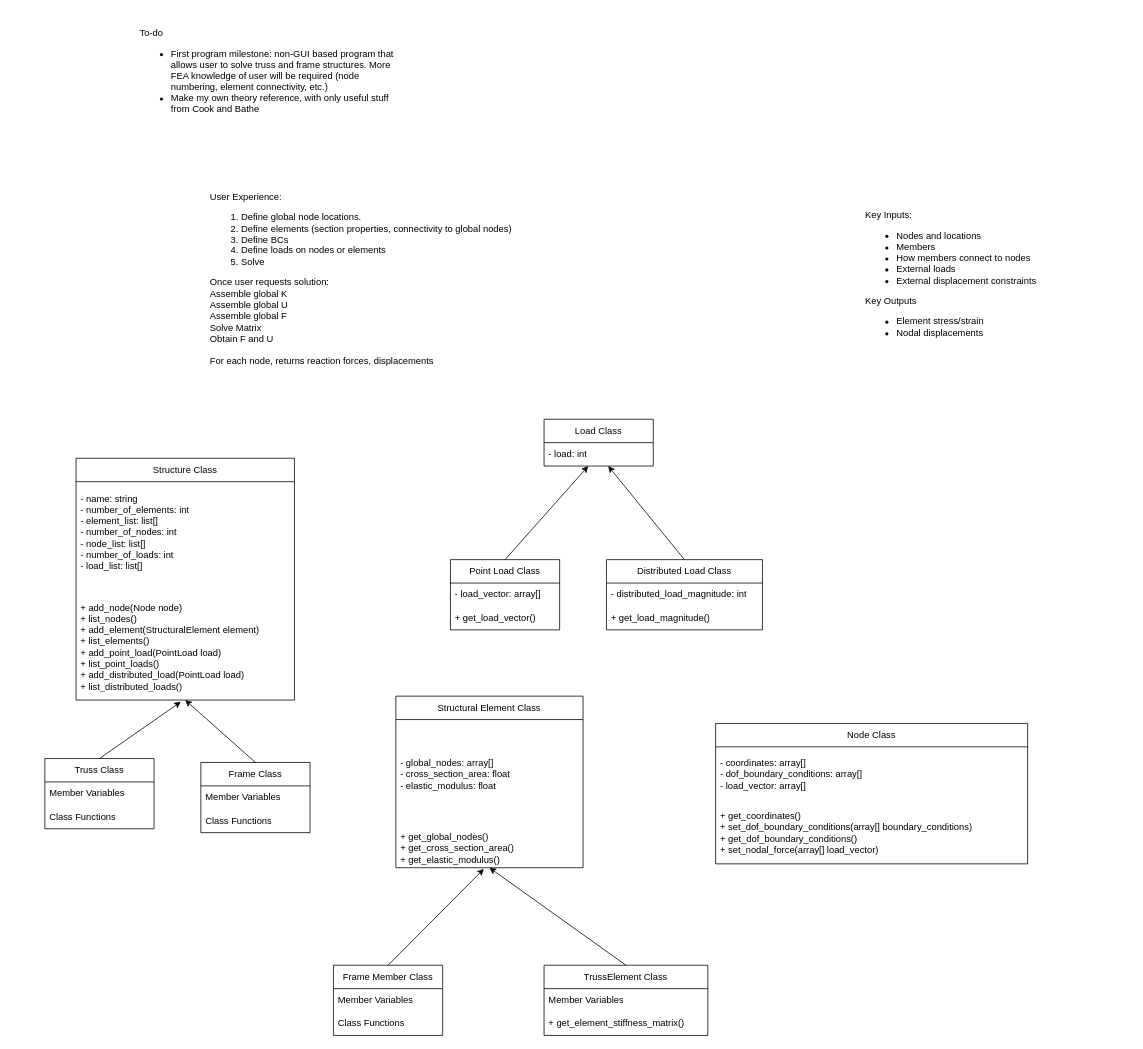
The draw.io diagram Program Structure.drawio in nickmenz/PySAP, before the edit. Source tidied: cells renumbered, new cells numbered last; positions are measured from the earlier drawing's top-left corner, leaving out a move shared by most shapes. Both pictures are drawn from the tidied source at 78%, with x=0, y=0 at pixel (44, 13).
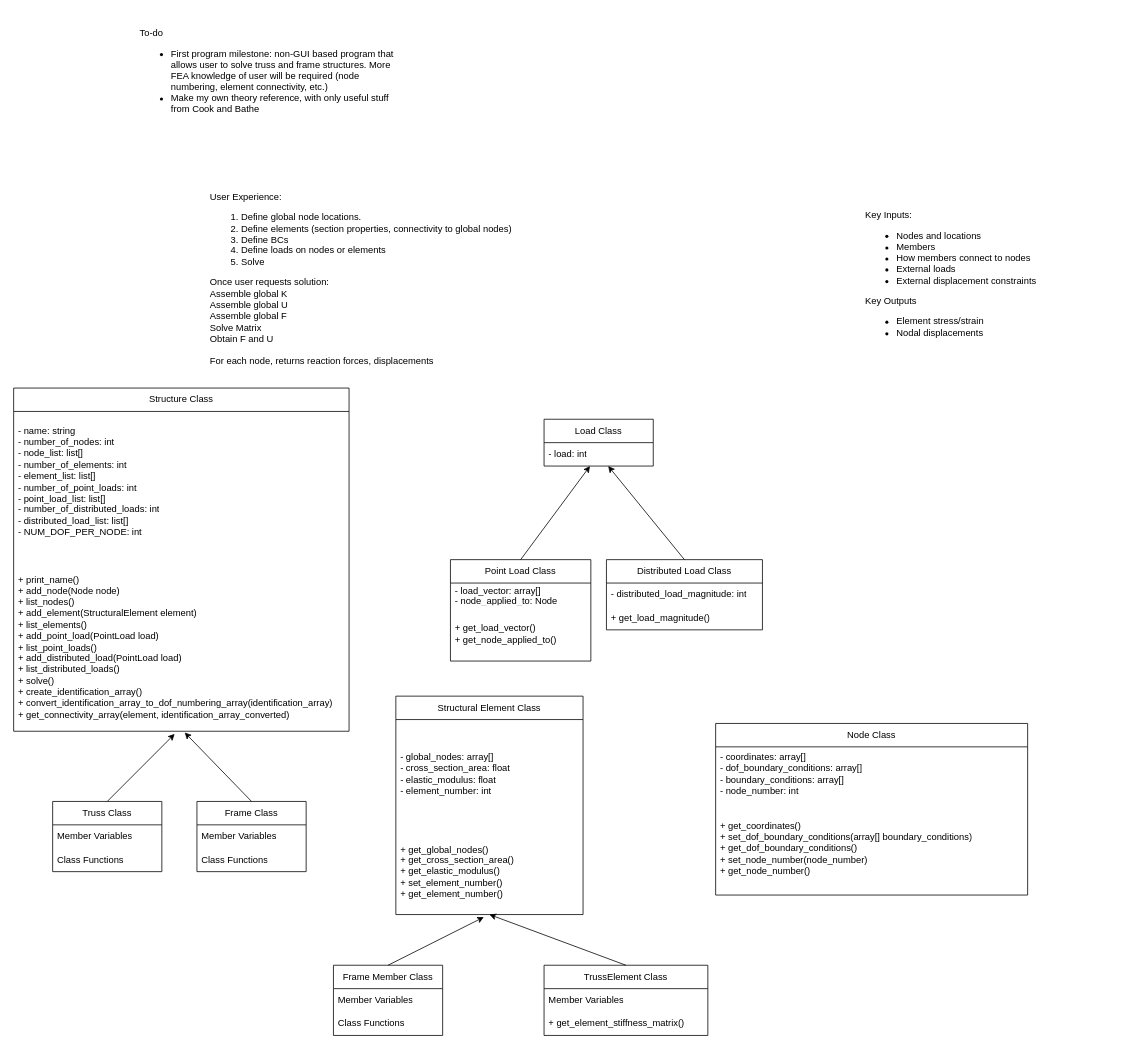
The same diagram, later.

What changed in the source:
```diff
@@
     <mxCell id="2" value="Structural Element Class" style="swimlane;fontStyle=0;horizontal=1;startSize=30;whiteSpace=wrap;html=1;" parent="1" vertex="1">
-      <mxGeometry x="450" y="875" width="240" height="220" as="geometry" />
+      <mxGeometry x="450" y="875" width="240" height="280" as="geometry" />
     </mxCell>
-    <mxCell id="3" value="&lt;span style=&quot;background-color: initial; text-align: justify;&quot;&gt;- global_nodes: array[]&lt;/span&gt;&lt;br&gt;&lt;span style=&quot;background-color: initial; text-align: justify;&quot;&gt;- cross_section_area: float&lt;/span&gt;&lt;br&gt;&lt;span style=&quot;background-color: initial; text-align: justify;&quot;&gt;- elastic_modulus: float&lt;/span&gt;" style="text;strokeColor=none;fillColor=none;align=left;verticalAlign=middle;spacingLeft=4;spacingRight=4;overflow=hidden;whiteSpace=wrap;html=1;" parent="2" vertex="1">
+    <mxCell id="3" value="&lt;span style=&quot;background-color: initial; text-align: justify;&quot;&gt;- global_nodes: array[]&lt;/span&gt;&lt;br&gt;&lt;span style=&quot;background-color: initial; text-align: justify;&quot;&gt;- cross_section_area: float&lt;/span&gt;&lt;br&gt;&lt;span style=&quot;background-color: initial; text-align: justify;&quot;&gt;- elastic_modulus: float&lt;br&gt;- element_number: int&lt;br&gt;&lt;/span&gt;" style="text;strokeColor=none;fillColor=none;align=left;verticalAlign=middle;spacingLeft=4;spacingRight=4;overflow=hidden;whiteSpace=wrap;html=1;" parent="2" vertex="1">
       <mxGeometry y="30" width="240" height="140" as="geometry" />
     </mxCell>
-    <mxCell id="4" value="&lt;span style=&quot;background-color: initial;&quot;&gt;+ get_global_nodes()&lt;br&gt;+ get_cross_section_area()&lt;br&gt;+ get_elastic_modulus()&lt;br&gt;&lt;/span&gt;" style="text;strokeColor=none;fillColor=none;align=left;verticalAlign=middle;spacingLeft=4;spacingRight=4;overflow=hidden;points=[[0,0.5],[1,0.5]];portConstraint=eastwest;whiteSpace=wrap;html=1;" parent="2" vertex="1">
-      <mxGeometry y="170" width="240" height="50" as="geometry" />
+    <mxCell id="4" value="&lt;span style=&quot;background-color: initial;&quot;&gt;+ get_global_nodes()&lt;br&gt;+ get_cross_section_area()&lt;br&gt;+ get_elastic_modulus()&lt;br&gt;+ set_element_number()&lt;br&gt;+ get_element_number()&lt;br&gt;&lt;/span&gt;" style="text;strokeColor=none;fillColor=none;align=left;verticalAlign=middle;spacingLeft=4;spacingRight=4;overflow=hidden;points=[[0,0.5],[1,0.5]];portConstraint=eastwest;whiteSpace=wrap;html=1;" parent="2" vertex="1">
+      <mxGeometry y="170" width="240" height="110" as="geometry" />
     </mxCell>
     <mxCell id="5" value="Node Class" style="swimlane;fontStyle=0;horizontal=1;startSize=30;whiteSpace=wrap;html=1;" parent="1" vertex="1">
-      <mxGeometry x="860" y="910" width="400" height="180" as="geometry" />
+      <mxGeometry x="860" y="910" width="400" height="220" as="geometry" />
     </mxCell>
-    <mxCell id="6" value="- coordinates: array[]&lt;br&gt;- dof_boundary_conditions: array[]&lt;br&gt;- load_vector: array[]" style="text;strokeColor=none;fillColor=none;align=left;verticalAlign=middle;spacingLeft=4;spacingRight=4;overflow=hidden;whiteSpace=wrap;html=1;" parent="5" vertex="1">
+    <mxCell id="6" value="- coordinates: array[]&lt;br&gt;- dof_boundary_conditions: array[]&lt;br&gt;- boundary_conditions: array[]&lt;br&gt;- node_number: int" style="text;strokeColor=none;fillColor=none;align=left;verticalAlign=middle;spacingLeft=4;spacingRight=4;overflow=hidden;whiteSpace=wrap;html=1;" parent="5" vertex="1">
       <mxGeometry y="30" width="400" height="70" as="geometry" />
     </mxCell>
-    <mxCell id="7" value="+ get_coordinates()&lt;br&gt;+ set_dof_boundary_conditions(array[] boundary_conditions)&lt;br&gt;+ get_dof_boundary_conditions()&lt;br&gt;+ set_nodal_force(array[] load_vector)" style="text;strokeColor=none;fillColor=none;align=left;verticalAlign=middle;spacingLeft=4;spacingRight=4;overflow=hidden;whiteSpace=wrap;html=1;" parent="5" vertex="1">
-      <mxGeometry y="100" width="400" height="80" as="geometry" />
+    <mxCell id="7" value="+ get_coordinates()&lt;br&gt;+ set_dof_boundary_conditions(array[] boundary_conditions)&lt;br&gt;+ get_dof_boundary_conditions()&lt;br&gt;+ set_node_number(node_number)&lt;br&gt;+ get_node_number()" style="text;strokeColor=none;fillColor=none;align=left;verticalAlign=middle;spacingLeft=4;spacingRight=4;overflow=hidden;whiteSpace=wrap;html=1;" parent="5" vertex="1">
+      <mxGeometry y="100" width="400" height="120" as="geometry" />
     </mxCell>
     <mxCell id="8" value="Structure Class" style="swimlane;fontStyle=0;horizontal=1;startSize=30;whiteSpace=wrap;html=1;" parent="1" vertex="1">
-      <mxGeometry x="40" y="570" width="280" height="310" as="geometry" />
+      <mxGeometry x="-40" y="480" width="430" height="440" as="geometry" />
     </mxCell>
-    <mxCell id="9" value="- name: string&lt;br&gt;- number_of_elements: int&lt;br&gt;- element_list: list[]&lt;br&gt;- number_of_nodes: int&lt;br&gt;- node_list: list[]&lt;br&gt;- number_of_loads: int&lt;br&gt;- load_list: list[]" style="text;strokeColor=none;fillColor=none;align=left;verticalAlign=middle;spacingLeft=4;spacingRight=4;overflow=hidden;whiteSpace=wrap;html=1;" parent="8" vertex="1">
-      <mxGeometry y="30" width="280" height="130" as="geometry" />
+    <mxCell id="9" value="- name: string&lt;br&gt;- number_of_nodes: int&lt;br style=&quot;border-color: var(--border-color);&quot;&gt;- node_list: list[]&lt;br&gt;- number_of_elements: int&lt;br&gt;- element_list: list[]&lt;br&gt;- number_of_point_loads: int&lt;br&gt;- point_load_list: list[]&lt;br&gt;-&amp;nbsp;number_of_distributed_loads: int&lt;br&gt;- distributed_load_list: list[]&lt;br&gt;- NUM_DOF_PER_NODE: int" style="text;strokeColor=none;fillColor=none;align=left;verticalAlign=middle;spacingLeft=4;spacingRight=4;overflow=hidden;whiteSpace=wrap;html=1;" parent="8" vertex="1">
+      <mxGeometry y="30" width="430" height="180" as="geometry" />
     </mxCell>
-    <mxCell id="10" value="&lt;br&gt;+ add_node(Node node)&lt;br&gt;+ list_nodes()&lt;br&gt;+ add_element(StructuralElement element)&lt;br&gt;+ list_elements()&lt;br&gt;+ add_point_load(PointLoad load)&lt;br&gt;+ list_point_loads()&lt;br&gt;+ add_distributed_load(PointLoad load)&lt;br&gt;+ list_distributed_loads()" style="text;strokeColor=none;fillColor=none;align=left;verticalAlign=middle;spacingLeft=4;spacingRight=4;overflow=hidden;points=[[0,0.5],[1,0.5]];portConstraint=eastwest;whiteSpace=wrap;html=1;" parent="8" vertex="1">
-      <mxGeometry y="160" width="280" height="150" as="geometry" />
+    <mxCell id="10" value="&lt;br&gt;+ print_name()&lt;br&gt;+ add_node(Node node)&lt;br&gt;+ list_nodes()&lt;br&gt;+ add_element(StructuralElement element)&lt;br&gt;+ list_elements()&lt;br&gt;+ add_point_load(PointLoad load)&lt;br&gt;+ list_point_loads()&lt;br&gt;+ add_distributed_load(PointLoad load)&lt;br&gt;+ list_distributed_loads()&lt;br&gt;+ solve()&lt;br&gt;+ create_identification_array()&lt;br&gt;+&amp;nbsp;convert_identification_array_to_dof_numbering_array(identification_array)&lt;br&gt;+ get_connectivity_array(element, identification_array_converted)" style="text;strokeColor=none;fillColor=none;align=left;verticalAlign=middle;spacingLeft=4;spacingRight=4;overflow=hidden;points=[[0,0.5],[1,0.5]];portConstraint=eastwest;whiteSpace=wrap;html=1;" parent="8" vertex="1">
+      <mxGeometry y="210" width="430" height="230" as="geometry" />
     </mxCell>
     <mxCell id="11" value="Truss Class" style="swimlane;fontStyle=0;horizontal=1;startSize=30;whiteSpace=wrap;html=1;" parent="1" vertex="1">
-      <mxGeometry y="955" width="140" height="90" as="geometry" />
+      <mxGeometry x="10" y="1010" width="140" height="90" as="geometry" />
     </mxCell>
@@
     <mxCell id="14" value="Frame Class" style="swimlane;fontStyle=0;horizontal=1;startSize=30;whiteSpace=wrap;html=1;" parent="1" vertex="1">
-      <mxGeometry x="200" y="960" width="140" height="90" as="geometry" />
+      <mxGeometry x="195" y="1010" width="140" height="90" as="geometry" />
     </mxCell>
@@
-    <mxCell id="18" style="endArrow=classic;html=1;rounded=0;exitX=0.5;exitY=0;exitDx=0;exitDy=0;" parent="1" edge="1" source="14">
-      <mxGeometry relative="1" as="geometry">
-        <mxPoint x="180" y="880" as="targetPoint" />
-      </mxGeometry>
+    <mxCell id="18" style="endArrow=classic;html=1;rounded=0;exitX=0.5;exitY=0;exitDx=0;exitDy=0;entryX=0.51;entryY=1.007;entryDx=0;entryDy=0;entryPerimeter=0;" parent="1" edge="1" source="14" target="10">
+      <mxGeometry relative="1" as="geometry" />
     </mxCell>
@@
     <mxCell id="21" value="Point Load Class" style="swimlane;fontStyle=0;horizontal=1;startSize=30;whiteSpace=wrap;html=1;" parent="1" vertex="1">
-      <mxGeometry x="520" y="700" width="140" height="90" as="geometry" />
+      <mxGeometry x="520" y="700" width="180" height="130" as="geometry" />
     </mxCell>
-    <mxCell id="22" value="- load_vector: array[]" style="text;strokeColor=none;fillColor=none;align=left;verticalAlign=middle;spacingLeft=4;spacingRight=4;overflow=hidden;whiteSpace=wrap;html=1;" parent="21" vertex="1">
-      <mxGeometry y="30" width="140" height="30" as="geometry" />
+    <mxCell id="22" value="- load_vector: array[]&lt;br&gt;- node_applied_to: Node" style="text;strokeColor=none;fillColor=none;align=left;verticalAlign=middle;spacingLeft=4;spacingRight=4;overflow=hidden;whiteSpace=wrap;html=1;" parent="21" vertex="1">
+      <mxGeometry y="30" width="180" height="30" as="geometry" />
     </mxCell>
-    <mxCell id="23" value="+ get_load_vector()" style="text;strokeColor=none;fillColor=none;align=left;verticalAlign=middle;spacingLeft=4;spacingRight=4;overflow=hidden;whiteSpace=wrap;html=1;" parent="21" vertex="1">
-      <mxGeometry y="60" width="140" height="30" as="geometry" />
+    <mxCell id="23" value="+ get_load_vector()&lt;br&gt;+&amp;nbsp;get_node_applied_to()" style="text;strokeColor=none;fillColor=none;align=left;verticalAlign=middle;spacingLeft=4;spacingRight=4;overflow=hidden;whiteSpace=wrap;html=1;" parent="21" vertex="1">
+      <mxGeometry y="60" width="180" height="70" as="geometry" />
     </mxCell>
```
